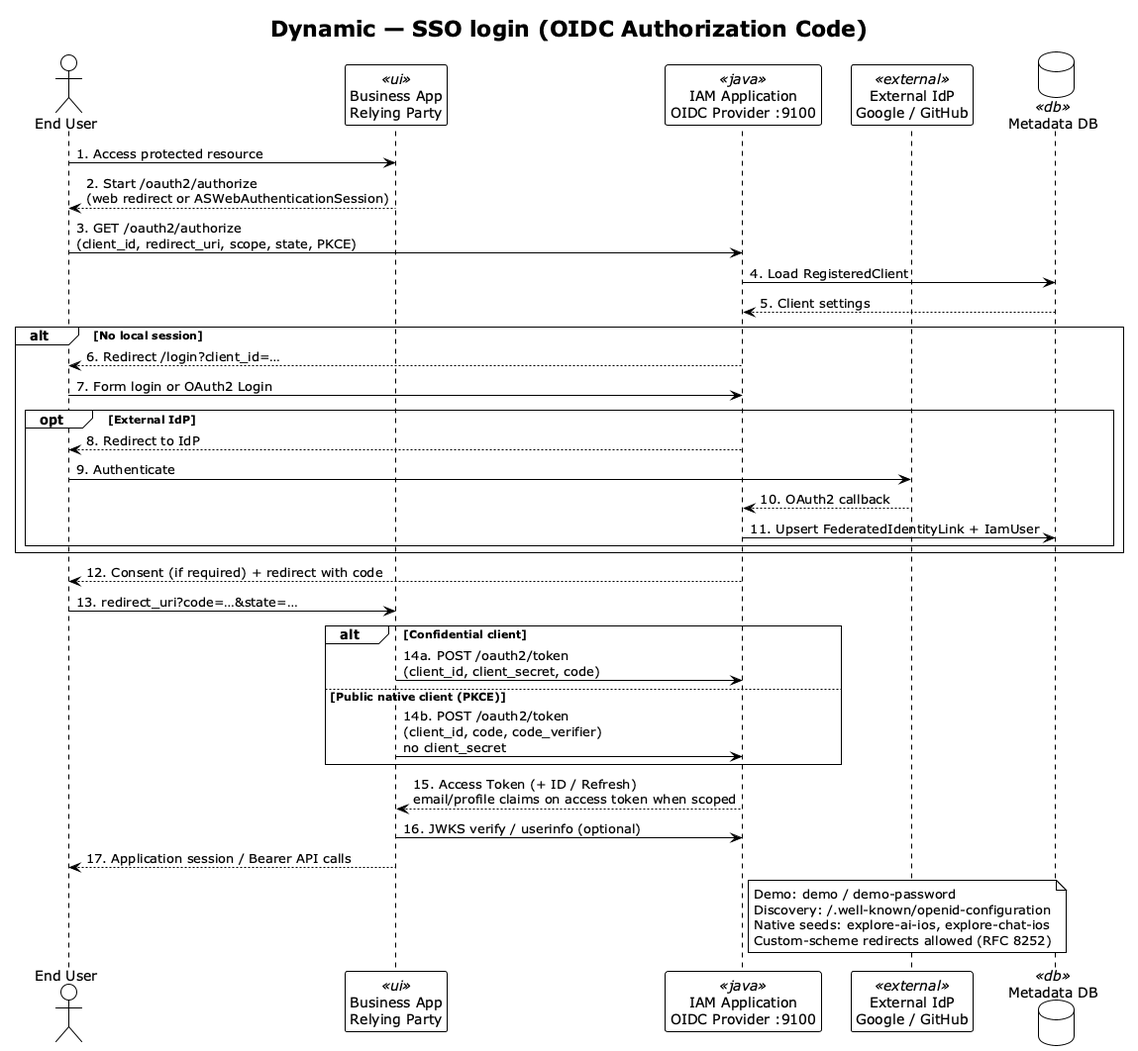
The PlantUML diagram docs/developer/c4-model/png/C4-Dynamic-SSOLogin.png in felixzhu97/explore-iam, before a commit. Source of this version:
```plantuml
@startuml C4-Dynamic-SSOLogin
!theme plain
skinparam backgroundColor #FFFFFF
skinparam shadowing false

title Dynamic — SSO login (OIDC Authorization Code)

actor "End User" as user
participant "Business App\nRelying Party" as app <<ui>>
participant "IAM Application\nOIDC Provider :9100" as iam <<java>>
participant "External IdP\nGoogle / GitHub" as idp <<external>>
database "Metadata DB" as db <<db>>

user -> app: 1. Access protected resource
app --> user: 2. Start /oauth2/authorize\n(web redirect or ASWebAuthenticationSession)
user -> iam: 3. GET /oauth2/authorize\n(client_id, redirect_uri, scope, state, PKCE)
iam -> db: 4. Load RegisteredClient
db --> iam: 5. Client settings
alt No local session
  iam --> user: 6. Redirect /login?client_id=…
  user -> iam: 7. Form login or OAuth2 Login
  opt External IdP
    iam --> user: 8. Redirect to IdP
    user -> idp: 9. Authenticate
    idp --> iam: 10. OAuth2 callback
    iam -> db: 11. Upsert FederatedIdentityLink + IamUser
  end
end
iam --> user: 12. Consent (if required) + redirect with code
user -> app: 13. redirect_uri?code=…&state=…
alt Confidential client
  app -> iam: 14a. POST /oauth2/token\n(client_id, client_secret, code)
else Public native client (PKCE)
  app -> iam: 14b. POST /oauth2/token\n(client_id, code, code_verifier)\nno client_secret
end
iam --> app: 15. Access Token (+ ID / Refresh)\nemail/profile claims on access token when scoped
app -> iam: 16. JWKS verify / userinfo (optional)
app --> user: 17. Application session / Bearer API calls

note right of iam
  Demo: demo / demo-password
  Discovery: /.well-known/openid-configuration
  Native seeds: explore-ai-ios, explore-chat-ios
  Custom-scheme redirects allowed (RFC 8252)
end note

@enduml
```
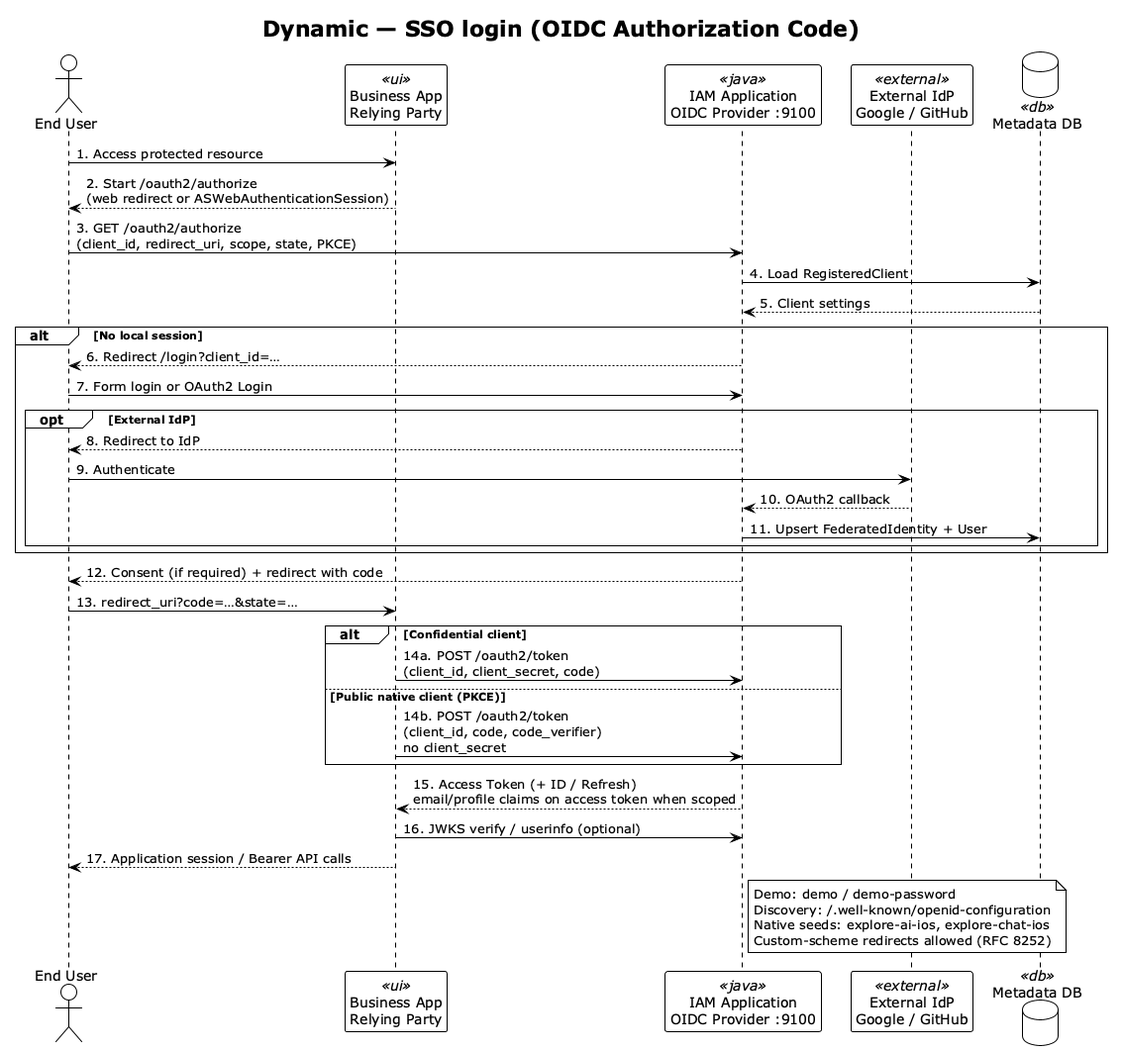
Later version of the same file.

What changed in the source:
```diff
@@ -23,7 +23,7 @@
     iam --> user: 8. Redirect to IdP
     user -> idp: 9. Authenticate
     idp --> iam: 10. OAuth2 callback
-    iam -> db: 11. Upsert FederatedIdentityLink + IamUser
+    iam -> db: 11. Upsert FederatedIdentity + User
   end
 end
 iam --> user: 12. Consent (if required) + redirect with code
```
